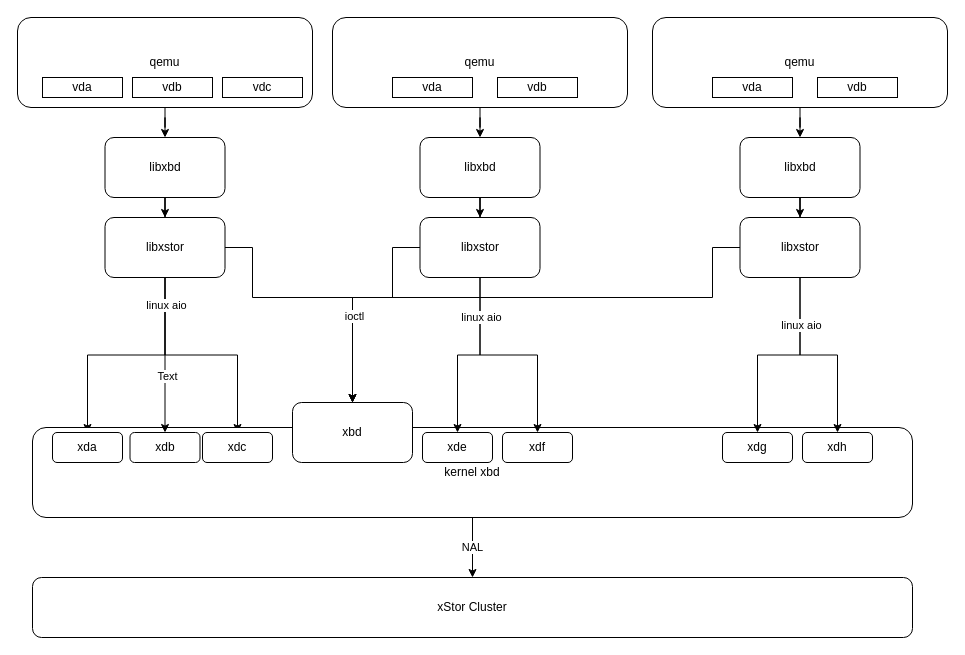
Before: Untitled Diagram.drawio in zhuxibrian/drawio, a draw.io diagram. Source tidied: cells renumbered, new cells numbered last; positions are measured from the earlier drawing's top-left corner, leaving out a move shared by most shapes. Both pictures are drawn from the tidied source at 100%, with x=0, y=0 at pixel (17, 17).
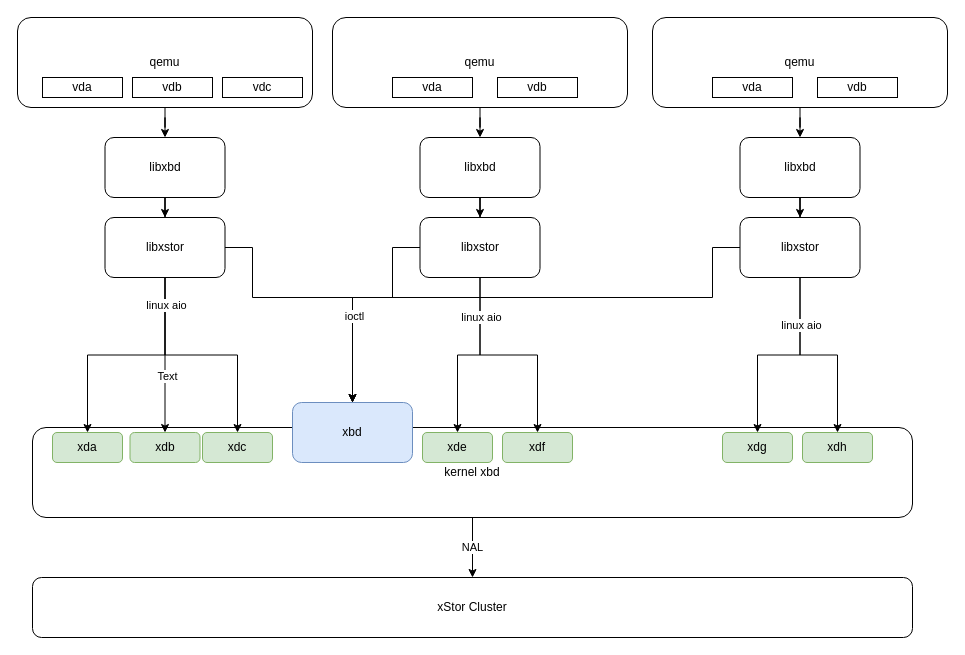
The same page after the edit.

What changed in the source:
```diff
@@
+    <mxCell id="14" value="kernel xbd" style="rounded=1;whiteSpace=wrap;html=1;" parent="1" vertex="1">
+      <mxGeometry x="15" y="410" width="880" height="90" as="geometry" />
+    </mxCell>
@@
-    <mxCell id="14" value="kernel xbd" style="rounded=1;whiteSpace=wrap;html=1;" parent="1" vertex="1">
-      <mxGeometry x="15" y="410" width="880" height="90" as="geometry" />
-    </mxCell>
-    <mxCell id="15" value="xda" style="rounded=1;whiteSpace=wrap;html=1;" parent="1" vertex="1">
+    <mxCell id="15" value="xda" style="rounded=1;whiteSpace=wrap;html=1;fillColor=#d5e8d4;strokeColor=#82b366;" parent="1" vertex="1">
       <mxGeometry x="35" y="415" width="70" height="30" as="geometry" />
     </mxCell>
-    <mxCell id="16" value="xdb" style="rounded=1;whiteSpace=wrap;html=1;" parent="1" vertex="1">
+    <mxCell id="16" value="xdb" style="rounded=1;whiteSpace=wrap;html=1;fillColor=#d5e8d4;strokeColor=#82b366;" parent="1" vertex="1">
       <mxGeometry x="112.5" y="415" width="70" height="30" as="geometry" />
     </mxCell>
-    <mxCell id="17" value="xdc" style="rounded=1;whiteSpace=wrap;html=1;" parent="1" vertex="1">
+    <mxCell id="17" value="xdc" style="rounded=1;whiteSpace=wrap;html=1;fillColor=#d5e8d4;strokeColor=#82b366;" parent="1" vertex="1">
       <mxGeometry x="185" y="415" width="70" height="30" as="geometry" />
     </mxCell>
-    <mxCell id="18" value="xde" style="rounded=1;whiteSpace=wrap;html=1;" parent="1" vertex="1">
+    <mxCell id="18" value="xde" style="rounded=1;whiteSpace=wrap;html=1;fillColor=#d5e8d4;strokeColor=#82b366;" parent="1" vertex="1">
       <mxGeometry x="405" y="415" width="70" height="30" as="geometry" />
     </mxCell>
-    <mxCell id="19" value="xdf" style="rounded=1;whiteSpace=wrap;html=1;" parent="1" vertex="1">
+    <mxCell id="19" value="xdf" style="rounded=1;whiteSpace=wrap;html=1;fillColor=#d5e8d4;strokeColor=#82b366;" parent="1" vertex="1">
       <mxGeometry x="485" y="415" width="70" height="30" as="geometry" />
     </mxCell>
-    <mxCell id="20" value="xdg" style="rounded=1;whiteSpace=wrap;html=1;" parent="1" vertex="1">
+    <mxCell id="20" value="xdg" style="rounded=1;whiteSpace=wrap;html=1;fillColor=#d5e8d4;strokeColor=#82b366;" parent="1" vertex="1">
       <mxGeometry x="705" y="415" width="70" height="30" as="geometry" />
     </mxCell>
-    <mxCell id="21" value="xdh" style="rounded=1;whiteSpace=wrap;html=1;" parent="1" vertex="1">
+    <mxCell id="21" value="xdh" style="rounded=1;whiteSpace=wrap;html=1;fillColor=#d5e8d4;strokeColor=#82b366;" parent="1" vertex="1">
       <mxGeometry x="785" y="415" width="70" height="30" as="geometry" />
     </mxCell>
@@
-    <mxCell id="48" value="xbd" style="rounded=1;whiteSpace=wrap;html=1;" parent="1" vertex="1">
+    <mxCell id="48" value="xbd" style="rounded=1;whiteSpace=wrap;html=1;fillColor=#dae8fc;strokeColor=#6c8ebf;" parent="1" vertex="1">
       <mxGeometry x="275" y="385" width="120" height="60" as="geometry" />
     </mxCell>
```
